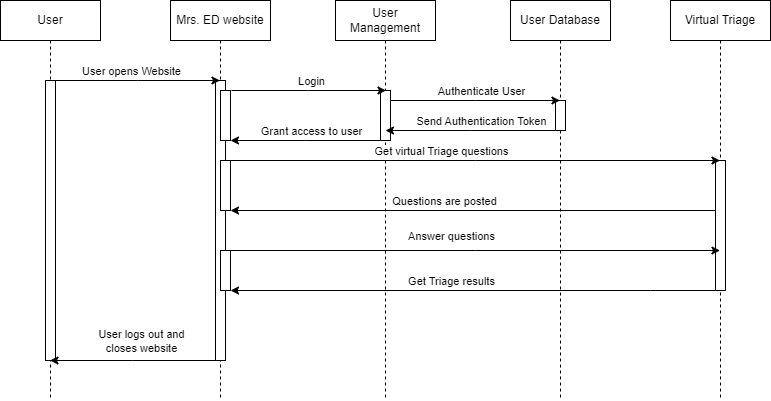
uvic-teach/project-m1-team6 keeps this draw.io diagram as diagrams/UC3_Sequence_Diagram.drawio.png. Above is the earlier version. Source tidied: cells renumbered, new cells last; positions are measured from the earlier drawing's top-left corner, leaving out a move shared by most shapes.
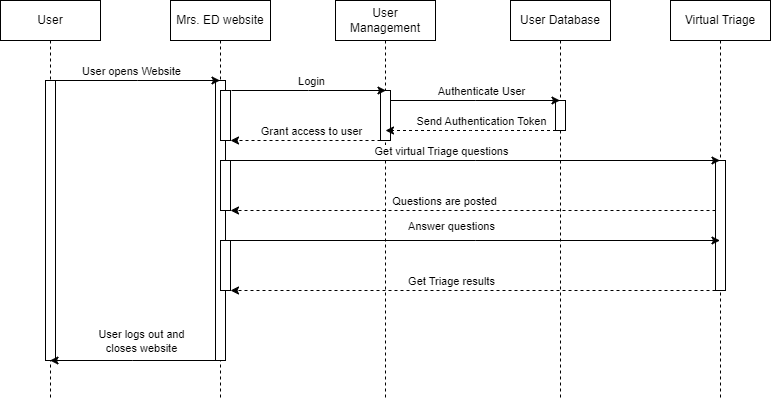
The same diagram one commit later.

The edit, as a diff of the source:
```diff
@@ -39,7 +39,7 @@
       <mxGeometry x="50" y="160" width="10" height="50" as="geometry" />
     </mxCell>
     <mxCell id="14" style="html=1;perimeter=orthogonalPerimeter;targetShapes=umlLifeline;newEdgeStyle={&quot;edgeStyle&quot;:&quot;elbowEdgeStyle&quot;,&quot;elbow&quot;:&quot;vertical&quot;,&quot;curved&quot;:0,&quot;rounded&quot;:0};" parent="10" vertex="1">
-      <mxGeometry x="50" y="250" width="10" height="40" as="geometry" />
+      <mxGeometry x="50" y="240" width="10" height="50" as="geometry" />
     </mxCell>
     <mxCell id="15" style="edgeStyle=elbowEdgeStyle;rounded=0;orthogonalLoop=1;jettySize=auto;html=1;elbow=vertical;curved=0;" parent="1" edge="1">
       <mxGeometry relative="1" as="geometry">
@@ -74,7 +74,7 @@
         <mxPoint x="-9" y="-6" as="offset" />
       </mxGeometry>
     </mxCell>
-    <mxCell id="21" style="edgeStyle=elbowEdgeStyle;rounded=0;orthogonalLoop=1;jettySize=auto;html=1;elbow=vertical;curved=0;" parent="1" edge="1">
+    <mxCell id="21" style="edgeStyle=elbowEdgeStyle;rounded=0;orthogonalLoop=1;jettySize=auto;html=1;elbow=vertical;curved=0;dashed=1;" parent="1" edge="1">
       <mxGeometry relative="1" as="geometry">
         <mxPoint x="555.5" y="130" as="sourcePoint" />
         <mxPoint x="385" y="130" as="targetPoint" />
@@ -85,7 +85,7 @@
         <mxPoint x="-1" y="-9" as="offset" />
       </mxGeometry>
     </mxCell>
-    <mxCell id="23" style="edgeStyle=elbowEdgeStyle;rounded=0;orthogonalLoop=1;jettySize=auto;html=1;elbow=vertical;curved=0;" parent="1" edge="1">
+    <mxCell id="23" style="edgeStyle=elbowEdgeStyle;rounded=0;orthogonalLoop=1;jettySize=auto;html=1;elbow=vertical;curved=0;dashed=1;" parent="1" edge="1">
       <mxGeometry relative="1" as="geometry">
         <mxPoint x="380" y="140" as="sourcePoint" />
         <mxPoint x="230" y="140" as="targetPoint" />
@@ -118,7 +118,7 @@
         <mxPoint x="2" y="-11" as="offset" />
       </mxGeometry>
     </mxCell>
-    <mxCell id="29" style="edgeStyle=elbowEdgeStyle;rounded=0;orthogonalLoop=1;jettySize=auto;html=1;elbow=vertical;curved=0;" parent="1" edge="1">
+    <mxCell id="29" style="edgeStyle=elbowEdgeStyle;rounded=0;orthogonalLoop=1;jettySize=auto;html=1;elbow=vertical;curved=0;dashed=1;" parent="1" edge="1">
       <mxGeometry relative="1" as="geometry">
         <mxPoint x="715" y="210" as="sourcePoint" />
         <mxPoint x="230" y="210" as="targetPoint" />
@@ -131,8 +131,8 @@
     </mxCell>
     <mxCell id="31" style="edgeStyle=elbowEdgeStyle;rounded=0;orthogonalLoop=1;jettySize=auto;html=1;elbow=vertical;curved=0;" parent="1" edge="1">
       <mxGeometry relative="1" as="geometry">
-        <mxPoint x="230" y="250" as="sourcePoint" />
-        <mxPoint x="719.5" y="250" as="targetPoint" />
+        <mxPoint x="230" y="240" as="sourcePoint" />
+        <mxPoint x="719.5" y="240" as="targetPoint" />
       </mxGeometry>
     </mxCell>
     <mxCell id="32" value="Answer questions" style="edgeLabel;html=1;align=center;verticalAlign=middle;" parent="31" vertex="1">
@@ -140,7 +140,7 @@
         <mxPoint x="29" y="-16" as="offset" />
       </mxGeometry>
     </mxCell>
-    <mxCell id="33" style="edgeStyle=elbowEdgeStyle;rounded=0;jettySize=auto;html=1;elbow=vertical;curved=0;" parent="1" edge="1" source="9">
+    <mxCell id="33" style="edgeStyle=elbowEdgeStyle;rounded=0;jettySize=auto;html=1;elbow=vertical;curved=0;dashed=1;" parent="1" edge="1" source="9">
       <mxGeometry relative="1" as="geometry">
         <mxPoint x="230" y="290" as="targetPoint" />
         <Array as="points">
```
